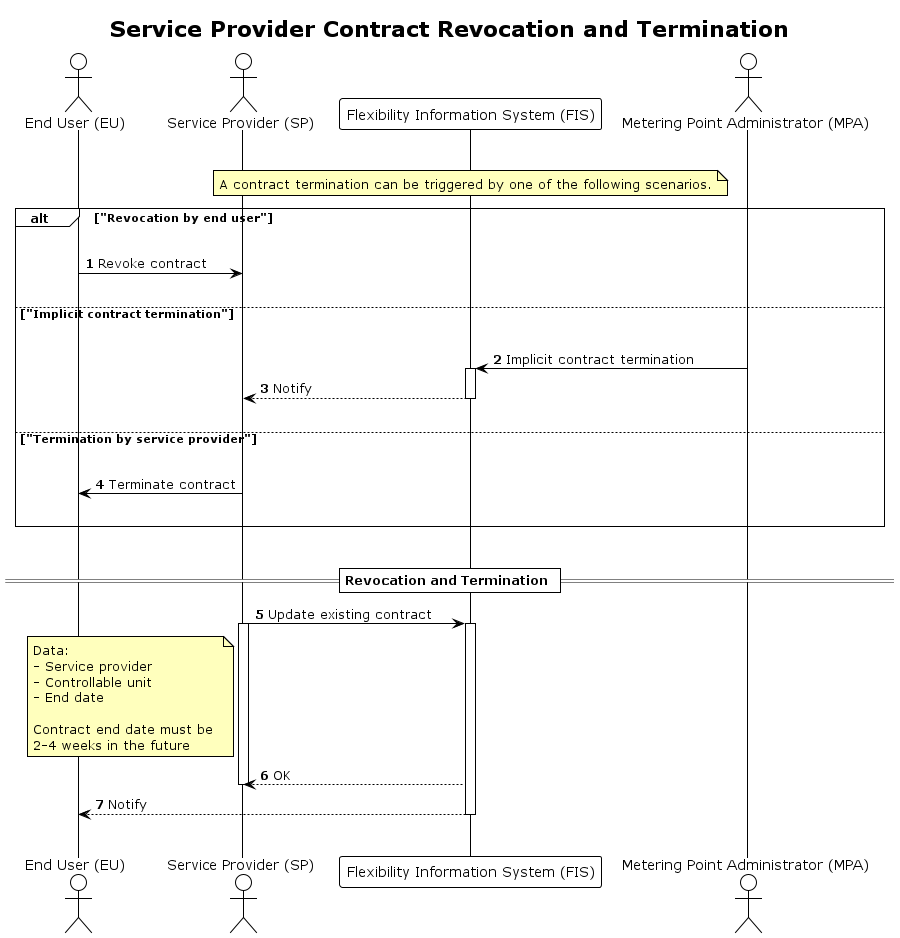
elhub/flex-information-system keeps this PlantUML diagram as docs/diagrams/revocation.png. Above is the earlier version.
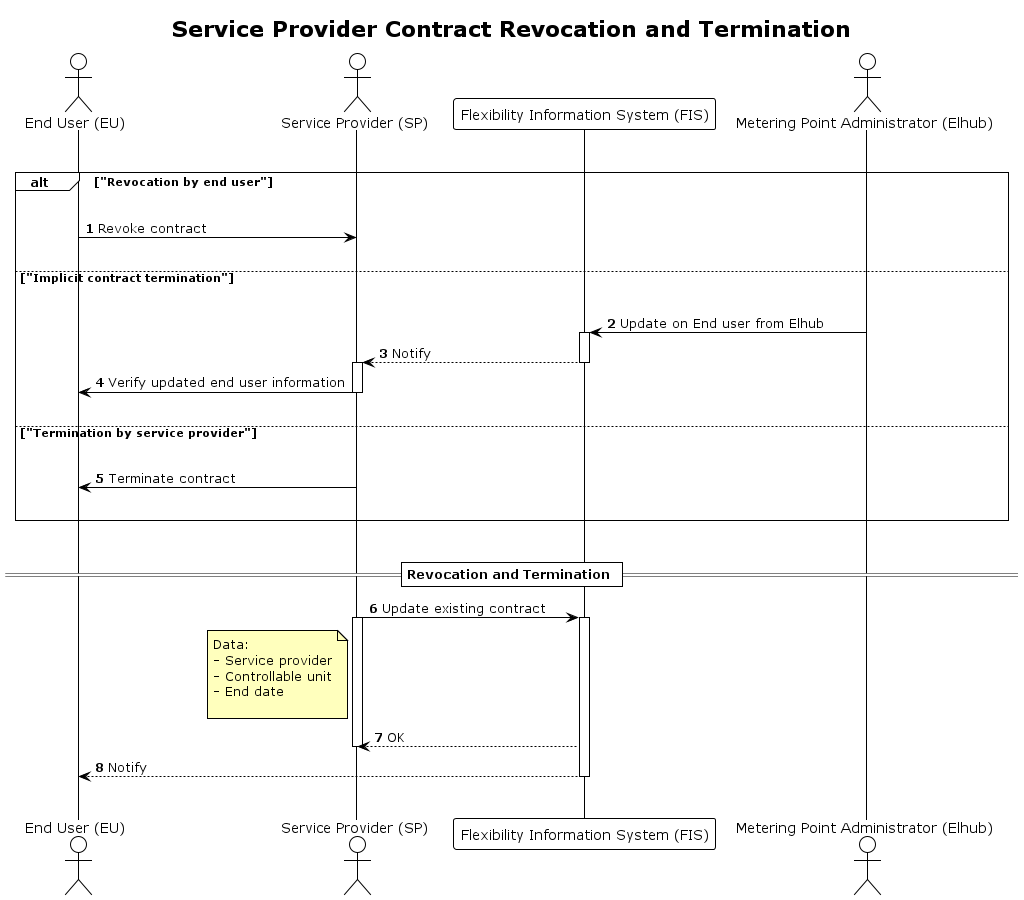
After the commit.

Commit message:
docs(process): revocation and termination

Added more context to updates from Elhub. Smaller changes on the process flow.

The edit, as a diff of the source:
```diff
@@ -11,13 +11,9 @@
 actor "End User (EU)" AS EU
 actor "Service Provider (SP)" as SP
 participant "Flexibility Information System (FIS)" as FIS
-actor "Metering Point Administrator (MPA)" as MPA
+actor "Metering Point Administrator (Elhub)" as Elhub
 
 |||
-
-note over FIS
-A contract termination can be triggered by one of the following scenarios.
-end note
 
 alt "Revocation by end user"
     |||
@@ -25,10 +21,13 @@
     |||
 else "Implicit contract termination"
     |||
-    MPA -> FIS: Implicit contract termination
+    Elhub -> FIS: Update on End user from Elhub
     activate FIS
     FIS --> SP: Notify
     deactivate FIS
+    activate SP
+    SP -> EU: Verify updated end user information
+    deactivate SP
     |||
 else "Termination by service provider"
     |||
@@ -42,13 +41,11 @@
 SP -> FIS: Update existing contract
 activate SP
 note left SP
-Data:
-- Service provider
-- Controllable unit
-- End date
+    Data:
+    - Service provider
+    - Controllable unit
+    - End date
 
-Contract end date must be
-2-4 weeks in the future
 end note
 activate FIS
 FIS --> SP: OK
```
